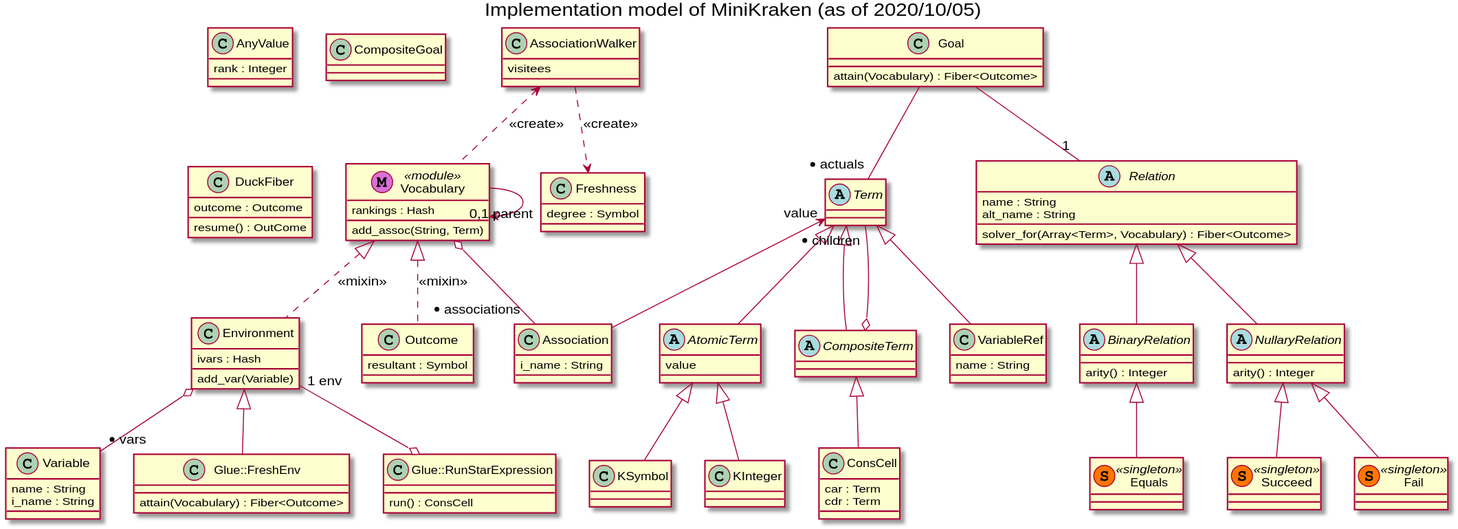
Before: modeling/class_diagram.svg, a diagram exported from PlantUML (famished-tiger/mini_kraken). Its diagram source:
```plantuml
@startuml
title Implementation model of MiniKraken (as of 2020/10/05)

  abstract class Term
  abstract class AtomicTerm {
    value
  }
  class KInteger
  class KSymbol
  abstract class CompositeTerm
  class ConsCell {
    car : Term
    cdr : Term
  }
  class Variable {
    name : String
    i_name : String
  }
  class VariableRef {
    name : String
  }
  class Association {
    i_name : String
  }
  abstract class Relation {
    name : String
    alt_name : String
    solver_for(Array<Term>, Vocabulary) : Fiber<Outcome>
  }
  abstract class NullaryRelation {
    arity() : Integer
  }
  class Fail <<(S,#FF7700) singleton>>
  class Succeed <<(S,#FF7700) singleton>>
  abstract class BinaryRelation {
    arity() : Integer
  }
  class Equals <<(S,#FF7700) singleton>>
  class Vocabulary <<(M,orchid) module>> {
    rankings : Hash
    add_assoc(String, Term)
  }
  class Environment {
    ivars : Hash
    add_var(Variable)
  }
  class Outcome {
    resultant : Symbol
  }
  class Glue::FreshEnv {
    attain(Vocabulary) : Fiber<Outcome>
  }
  class Goal {
    attain(Vocabulary) : Fiber<Outcome>
  }
  class AnyValue {
    rank : Integer
  }
  class AssociationWalker {
    visitees
  }
  class CompositeGoal
  class DuckFiber {
    outcome : Outcome
    resume() : OutCome
  }
  class Freshness {
    degree : Symbol
  }
  class Glue::RunStarExpression {
    run() : ConsCell
  }

  Term <|-- AtomicTerm
  Term <|-- CompositeTerm
  Term <|-- VariableRef
  Term "value" <-- Association
  AtomicTerm <|-- KInteger
  AtomicTerm <|-- KSymbol
  CompositeTerm <|-- ConsCell
  Term "* children" --o CompositeTerm
  Relation <|-- NullaryRelation
  NullaryRelation <|-- Fail
  NullaryRelation <|-- Succeed
  Relation <|-- BinaryRelation
  BinaryRelation <|-- Equals
  Vocabulary --> "0,1 parent" Vocabulary
  Vocabulary <|..  Environment : <<mixin>>
  Vocabulary o-- "* associations" Association
  AssociationWalker <.. Vocabulary : <<create>>
  Environment o-- "* vars" Variable
  Vocabulary <|..  Outcome : <<mixin>>
  AssociationWalker ..> Freshness : <<create>>
  Goal -- "1" Relation
  Goal O-- "* actuals" Term
  Environment <|-- Glue::FreshEnv
  Environment "1 env"--o Glue::RunStarExpression
@enduml
```
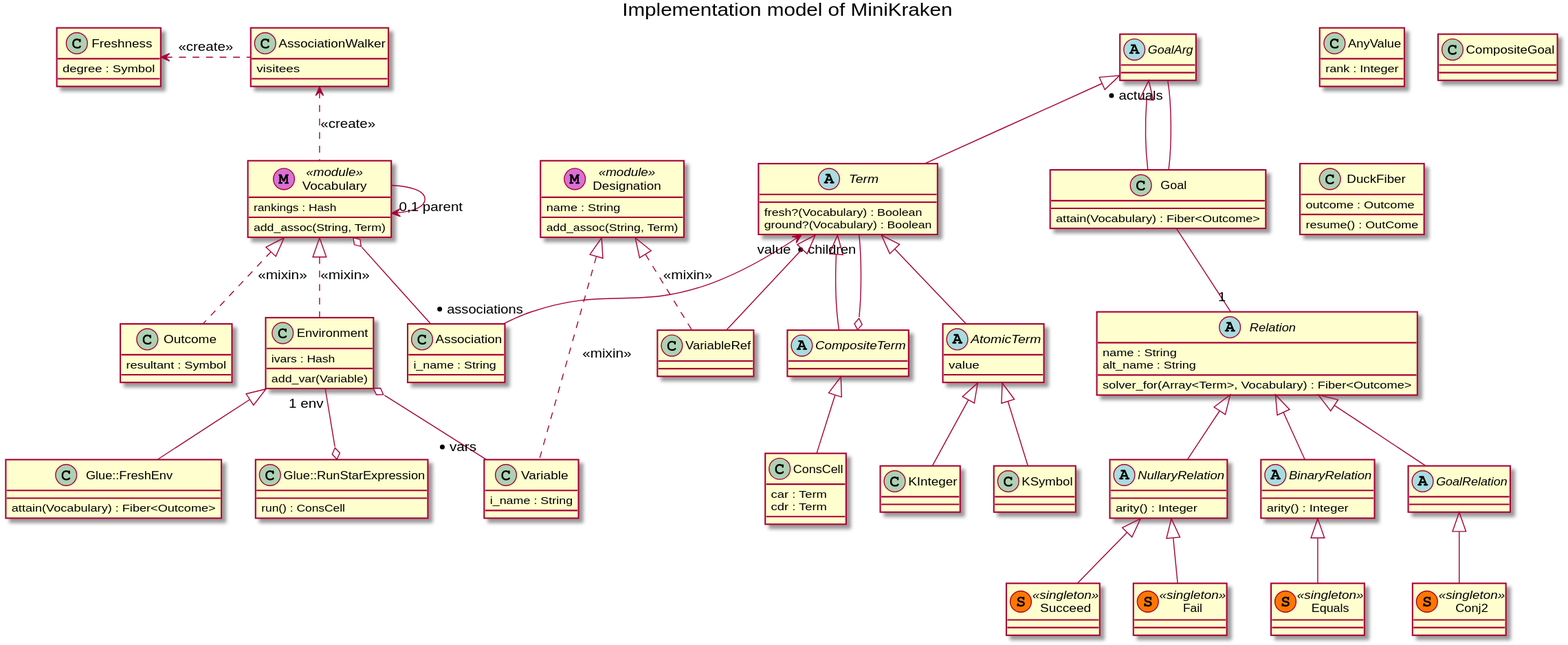
Later version of the same file.

What changed in the source:
```diff
@@ -1,7 +1,12 @@
 @startuml
-title Implementation model of MiniKraken (as of 2020/10/05)
+title Implementation model of MiniKraken
 
-  abstract class Term
+  abstract class GoalArg
+
+  abstract class Term {
+    fresh?(Vocabulary) : Boolean
+    ground?(Vocabulary) : Boolean
+  }
   abstract class AtomicTerm {
     value
   }
@@ -12,13 +17,14 @@
     car : Term
     cdr : Term
   }
+  class Designation <<(M,orchid) module>> {
+    name : String
+    add_assoc(String, Term)
+  }
   class Variable {
-    name : String
     i_name : String
   }
-  class VariableRef {
-    name : String
-  }
+  class VariableRef
   class Association {
     i_name : String
   }
@@ -27,6 +33,7 @@
     alt_name : String
     solver_for(Array<Term>, Vocabulary) : Fiber<Outcome>
   }
+  abstract class GoalRelation
   abstract class NullaryRelation {
     arity() : Integer
   }
@@ -40,6 +47,7 @@
     rankings : Hash
     add_assoc(String, Term)
   }
+  class Conj2 <<(S,#FF7700) singleton>>
   class Environment {
     ivars : Hash
     add_var(Variable)
@@ -71,6 +79,8 @@
     run() : ConsCell
   }
 
+  GoalArg <|-- Term
+  GoalArg <|-- Goal
   Term <|-- AtomicTerm
   Term <|-- CompositeTerm
   Term <|-- VariableRef
@@ -79,20 +89,24 @@
   AtomicTerm <|-- KSymbol
   CompositeTerm <|-- ConsCell
   Term "* children" --o CompositeTerm
+  Designation <|.. Variable : <<mixin>>
+  Designation <|.. VariableRef : <<mixin>>
+  Relation <|-- GoalRelation
   Relation <|-- NullaryRelation
   NullaryRelation <|-- Fail
   NullaryRelation <|-- Succeed
   Relation <|-- BinaryRelation
   BinaryRelation <|-- Equals
+  GoalRelation <|-- Conj2
   Vocabulary --> "0,1 parent" Vocabulary
   Vocabulary <|..  Environment : <<mixin>>
   Vocabulary o-- "* associations" Association
   AssociationWalker <.. Vocabulary : <<create>>
   Environment o-- "* vars" Variable
   Vocabulary <|..  Outcome : <<mixin>>
-  AssociationWalker ..> Freshness : <<create>>
+  Freshness <. AssociationWalker : <<create>>
   Goal -- "1" Relation
-  Goal O-- "* actuals" Term
+  Goal O-- "* actuals" GoalArg
   Environment <|-- Glue::FreshEnv
   Environment "1 env"--o Glue::RunStarExpression
 @enduml
```
